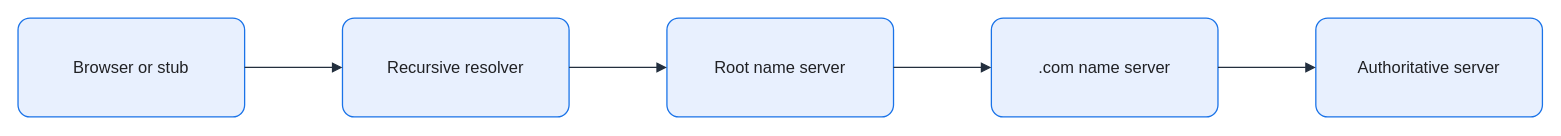
This is assets/img/network/dns-recursive-resolution.drawio from KKamJi98/kkamji98.github.io, a draw.io file, before an edit. Source tidied: cells renumbered, new cells numbered last; positions are measured from the earlier drawing's top-left corner, leaving out a move shared by most shapes. Both pictures are drawn from the tidied source at 103%, with x=0, y=0 at pixel (18, 18).
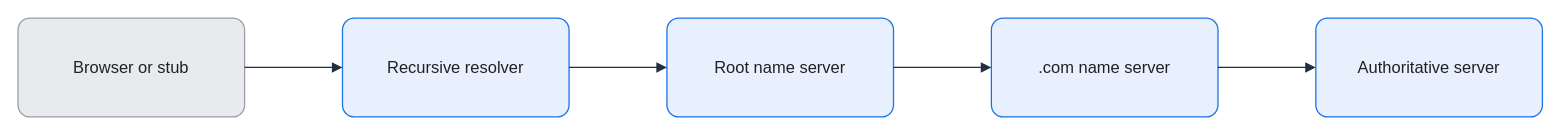
After the change.

What changed in the source:
```diff
@@
 <mxGraphModel background="#FFFFFF">
   <root>
     <mxCell id="0" />
     <mxCell id="1" parent="0" />
-    <mxCell id="2" value="Browser or stub" style="rounded=1;arcSize=12;whiteSpace=wrap;html=0;fillColor=#E8F0FE;strokeColor=#1A73E8;strokeWidth=1.25;fontColor=#202124;fontSize=16;align=center;verticalAlign=middle;spacing=8;shadow=0;" parent="1" vertex="1">
+    <mxCell id="2" value="Browser or stub" style="rounded=1;arcSize=12;whiteSpace=wrap;html=0;fillColor=#E8EAED;strokeColor=#9AA0A6;strokeWidth=1.25;fontColor=#202124;fontSize=16;align=center;verticalAlign=middle;spacing=8;shadow=0;" parent="1" vertex="1">
       <mxGeometry width="220" height="96" as="geometry" />
     </mxCell>
     <mxCell id="3" value="Recursive resolver" style="rounded=1;arcSize=12;whiteSpace=wrap;html=0;fillColor=#E8F0FE;strokeColor=#1A73E8;strokeWidth=1.25;fontColor=#202124;fontSize=16;align=center;verticalAlign=middle;spacing=8;shadow=0;" parent="1" vertex="1">
       <mxGeometry x="315" width="220" height="96" as="geometry" />
     </mxCell>
     <mxCell id="4" value="Root name server" style="rounded=1;arcSize=12;whiteSpace=wrap;html=0;fillColor=#E8F0FE;strokeColor=#1A73E8;strokeWidth=1.25;fontColor=#202124;fontSize=16;align=center;verticalAlign=middle;spacing=8;shadow=0;" parent="1" vertex="1">
       <mxGeometry x="630" width="220" height="96" as="geometry" />
     </mxCell>
     <mxCell id="5" value=".com name server" style="rounded=1;arcSize=12;whiteSpace=wrap;html=0;fillColor=#E8F0FE;strokeColor=#1A73E8;strokeWidth=1.25;fontColor=#202124;fontSize=16;align=center;verticalAlign=middle;spacing=8;shadow=0;" parent="1" vertex="1">
       <mxGeometry x="945" width="220" height="96" as="geometry" />
     </mxCell>
     <mxCell id="6" value="Authoritative server" style="rounded=1;arcSize=12;whiteSpace=wrap;html=0;fillColor=#E8F0FE;strokeColor=#1A73E8;strokeWidth=1.25;fontColor=#202124;fontSize=16;align=center;verticalAlign=middle;spacing=8;shadow=0;" parent="1" vertex="1">
       <mxGeometry x="1260" width="220" height="96" as="geometry" />
     </mxCell>
     <mxCell id="7" style="edgeStyle=orthogonalEdgeStyle;rounded=0;jettySize=auto;html=0;endArrow=block;endFill=1;strokeColor=#232F3E;strokeWidth=1.25;fontColor=#202124;labelBackgroundColor=none;exitX=1;exitY=0.5;exitDx=0;exitDy=0;entryX=0;entryY=0.5;entryDx=0;entryDy=0;endSize=7;" parent="1" edge="1" source="2" target="3">
       <mxGeometry relative="1" as="geometry" />
     </mxCell>
     <mxCell id="8" style="edgeStyle=orthogonalEdgeStyle;rounded=0;jettySize=auto;html=0;endArrow=block;endFill=1;strokeColor=#232F3E;strokeWidth=1.25;fontColor=#202124;labelBackgroundColor=none;exitX=1;exitY=0.5;exitDx=0;exitDy=0;entryX=0;entryY=0.5;entryDx=0;entryDy=0;endSize=7;" parent="1" edge="1" source="3" target="4">
       <mxGeometry relative="1" as="geometry" />
     </mxCell>
     <mxCell id="9" style="edgeStyle=orthogonalEdgeStyle;rounded=0;jettySize=auto;html=0;endArrow=block;endFill=1;strokeColor=#232F3E;strokeWidth=1.25;fontColor=#202124;labelBackgroundColor=none;exitX=1;exitY=0.5;exitDx=0;exitDy=0;entryX=0;entryY=0.5;entryDx=0;entryDy=0;endSize=7;" parent="1" edge="1" source="4" target="5">
       <mxGeometry relative="1" as="geometry" />
     </mxCell>
     <mxCell id="10" style="edgeStyle=orthogonalEdgeStyle;rounded=0;jettySize=auto;html=0;endArrow=block;endFill=1;strokeColor=#232F3E;strokeWidth=1.25;fontColor=#202124;labelBackgroundColor=none;exitX=1;exitY=0.5;exitDx=0;exitDy=0;entryX=0;entryY=0.5;entryDx=0;entryDy=0;endSize=7;" parent="1" edge="1" source="5" target="6">
       <mxGeometry relative="1" as="geometry" />
     </mxCell>
   </root>
 </mxGraphModel>
```
